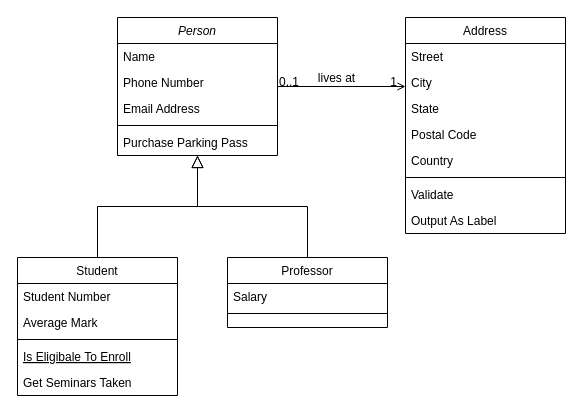
Above: src/未命名绘图.drawio in NintendoLink/2Offer (draw.io), before the change. Source tidied: cells renumbered, new cells numbered last; positions are measured from the earlier drawing's top-left corner, leaving out a move shared by most shapes. Both pictures are drawn from the tidied source at 100%, with x=0, y=0 at pixel (17, 17).
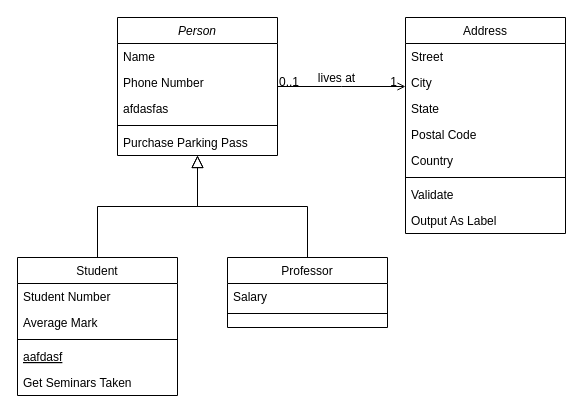
After the change.

Commit message:
更新未命名绘图.drawio

The change refers to these unchanged cells:
```xml
<mxCell id="2" value="Person" style="swimlane;fontStyle=2;align=center;verticalAlign=top;horizontal=1;startSize=26;rounded=0;shadow=0;strokeWidth=1;" parent="1" vertex="1">
  <mxGeometry x="100" width="160" height="138" as="geometry" />
</mxCell>
<mxCell id="8" value="Student" style="swimlane;fontStyle=0;align=center;verticalAlign=top;horizontal=1;startSize=26;rounded=0;shadow=0;strokeWidth=1;" parent="1" vertex="1">
  <mxGeometry y="240" width="160" height="138" as="geometry" />
</mxCell>
```

The edit, as a diff of the source:
```diff
@@
-    <mxCell id="5" value="Email Address" style="text;align=left;verticalAlign=top;spacingLeft=4;spacingRight=4;overflow=hidden;rounded=0;shadow=0;html=0;" parent="2" vertex="1">
+    <mxCell id="5" value="afdasfas" style="text;align=left;verticalAlign=top;spacingLeft=4;spacingRight=4;overflow=hidden;rounded=0;shadow=0;html=0;" parent="2" vertex="1">
       <mxGeometry y="78" width="160" height="26" as="geometry" />
     </mxCell>
@@
-    <mxCell id="12" value="Is Eligibale To Enroll" style="text;align=left;verticalAlign=top;spacingLeft=4;spacingRight=4;overflow=hidden;fontStyle=4;" parent="8" vertex="1">
+    <mxCell id="12" value="aafdasf" style="text;align=left;verticalAlign=top;spacingLeft=4;spacingRight=4;overflow=hidden;fontStyle=4;" parent="8" vertex="1">
       <mxGeometry y="86" width="160" height="26" as="geometry" />
     </mxCell>
```
